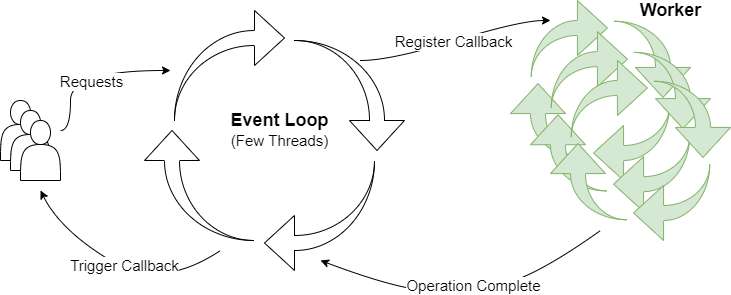
Above: img/spring/concept-webflux-3.png in windowforsun/blog (draw.io), before the change. Source tidied: cells renumbered, new cells last; positions are measured from the earlier drawing's top-left corner, leaving out a move shared by most shapes.
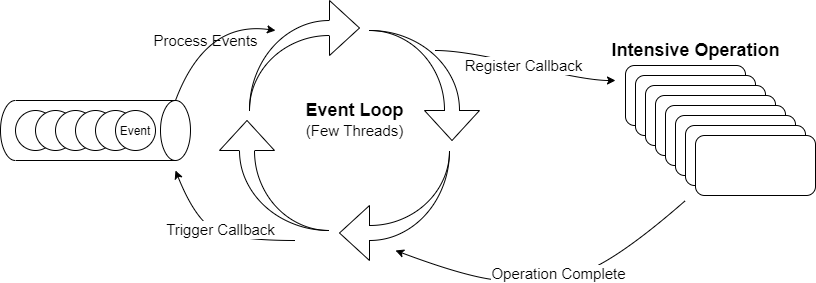
The same file after the commit.

The edit, as a diff of the source:
```diff
@@ -3,139 +3,123 @@
     <mxCell id="0" />
     <mxCell id="1" parent="0" />
     <mxCell id="2" style="group;" parent="1" vertex="1">
-      <mxGeometry y="100" width="60" height="80" as="geometry" />
+      <mxGeometry y="100" width="260" height="260" as="geometry" />
     </mxCell>
-    <mxCell id="3" style="shape=actor;whiteSpace=wrap;html=1;" parent="2" vertex="1">
-      <mxGeometry width="40" height="60" as="geometry" />
+    <mxCell id="3" style="html=1;shadow=0;dashed=0;align=center;verticalAlign=middle;shape=mxgraph.arrows2.jumpInArrow;dy=7.5;dx=30;arrowHead=55;" parent="2" vertex="1">
+      <mxGeometry x="30" width="110" height="110" as="geometry" />
     </mxCell>
-    <mxCell id="4" style="shape=actor;whiteSpace=wrap;html=1;" parent="2" vertex="1">
-      <mxGeometry x="10" y="10" width="40" height="60" as="geometry" />
+    <mxCell id="4" style="html=1;shadow=0;dashed=0;align=center;verticalAlign=middle;shape=mxgraph.arrows2.jumpInArrow;dy=7.5;dx=30;arrowHead=55;rotation=90;" parent="2" vertex="1">
+      <mxGeometry x="150" y="30" width="110" height="110" as="geometry" />
     </mxCell>
-    <mxCell id="5" style="shape=actor;whiteSpace=wrap;html=1;" parent="2" vertex="1">
-      <mxGeometry x="20" y="20" width="40" height="60" as="geometry" />
+    <mxCell id="5" style="html=1;shadow=0;dashed=0;align=center;verticalAlign=middle;shape=mxgraph.arrows2.jumpInArrow;dy=7.5;dx=30;arrowHead=55;rotation=-180;" parent="2" vertex="1">
+      <mxGeometry x="120" y="150" width="110" height="110" as="geometry" />
     </mxCell>
-    <mxCell id="6" style="group;" parent="1" vertex="1">
-      <mxGeometry x="144" y="10" width="260" height="260" as="geometry" />
+    <mxCell id="6" style="html=1;shadow=0;dashed=0;align=center;verticalAlign=middle;shape=mxgraph.arrows2.jumpInArrow;dy=7.5;dx=30;arrowHead=55;rotation=-90;" parent="2" vertex="1">
+      <mxGeometry y="120" width="110" height="110" as="geometry" />
     </mxCell>
-    <mxCell id="7" style="html=1;shadow=0;dashed=0;align=center;verticalAlign=middle;shape=mxgraph.arrows2.jumpInArrow;dy=7.5;dx=30;arrowHead=55;" parent="6" vertex="1">
-      <mxGeometry x="30" width="110" height="110" as="geometry" />
+    <mxCell id="7" value="&lt;b&gt;&lt;font style=&quot;font-size: 18px&quot;&gt;Event Loop&lt;/font&gt;&lt;/b&gt;" style="text;html=1;align=center;verticalAlign=middle;strokeColor=none;" parent="2" vertex="1">
+      <mxGeometry x="80" y="100" width="110" height="20" as="geometry" />
     </mxCell>
-    <mxCell id="8" style="html=1;shadow=0;dashed=0;align=center;verticalAlign=middle;shape=mxgraph.arrows2.jumpInArrow;dy=7.5;dx=30;arrowHead=55;rotation=90;" parent="6" vertex="1">
-      <mxGeometry x="150" y="30" width="110" height="110" as="geometry" />
+    <mxCell id="8" value="&lt;font style=&quot;font-size: 15px&quot;&gt;(Few Threads)&lt;/font&gt;" style="text;html=1;align=center;verticalAlign=middle;strokeColor=none;" parent="2" vertex="1">
+      <mxGeometry x="80" y="120" width="110" height="20" as="geometry" />
     </mxCell>
-    <mxCell id="9" style="html=1;shadow=0;dashed=0;align=center;verticalAlign=middle;shape=mxgraph.arrows2.jumpInArrow;dy=7.5;dx=30;arrowHead=55;rotation=-180;" parent="6" vertex="1">
-      <mxGeometry x="120" y="150" width="110" height="110" as="geometry" />
+    <mxCell id="9" style="edgeStyle=entityRelationEdgeStyle;orthogonalLoop=1;jettySize=auto;html=1;curved=1;" parent="1" edge="1">
+      <mxGeometry relative="1" as="geometry">
+        <mxPoint x="216" y="150" as="sourcePoint" />
+        <mxPoint x="396" y="180" as="targetPoint" />
+      </mxGeometry>
     </mxCell>
-    <mxCell id="10" style="html=1;shadow=0;dashed=0;align=center;verticalAlign=middle;shape=mxgraph.arrows2.jumpInArrow;dy=7.5;dx=30;arrowHead=55;rotation=-90;" parent="6" vertex="1">
-      <mxGeometry y="120" width="110" height="110" as="geometry" />
+    <mxCell id="10" value="&lt;font style=&quot;font-size: 15px&quot;&gt;Register Callback&lt;/font&gt;" style="edgeLabel;html=1;align=center;verticalAlign=middle;" parent="9" vertex="1">
+      <mxGeometry x="-0.03" relative="1" as="geometry" />
     </mxCell>
-    <mxCell id="11" value="&lt;b&gt;&lt;font style=&quot;font-size: 18px&quot;&gt;Event Loop&lt;/font&gt;&lt;/b&gt;" style="text;html=1;align=center;verticalAlign=middle;strokeColor=none;" parent="6" vertex="1">
-      <mxGeometry x="80" y="100" width="110" height="20" as="geometry" />
+    <mxCell id="11" style="curved=1;endArrow=classic;html=1;" parent="1" edge="1">
+      <mxGeometry relative="1" as="geometry">
+        <mxPoint x="466" y="300" as="sourcePoint" />
+        <mxPoint x="176" y="350" as="targetPoint" />
+        <Array as="points">
+          <mxPoint x="386" y="370" />
+          <mxPoint x="316" y="380" />
+          <mxPoint x="256" y="380" />
+        </Array>
+      </mxGeometry>
     </mxCell>
-    <mxCell id="12" value="&lt;font style=&quot;font-size: 15px&quot;&gt;(Few Threads)&lt;/font&gt;" style="text;html=1;align=center;verticalAlign=middle;strokeColor=none;" parent="6" vertex="1">
-      <mxGeometry x="80" y="120" width="110" height="20" as="geometry" />
+    <mxCell id="12" value="&lt;font style=&quot;font-size: 15px&quot;&gt;Operation Complete&lt;/font&gt;" style="edgeLabel;html=1;align=center;verticalAlign=middle;" parent="11" vertex="1">
+      <mxGeometry x="-0.05" y="-4" relative="1" as="geometry" />
     </mxCell>
-    <mxCell id="13" style="group;" parent="1" vertex="1">
-      <mxGeometry x="510" width="220" height="240" as="geometry" />
+    <mxCell id="13" style="curved=1;endArrow=classic;html=1;" parent="1" edge="1">
+      <mxGeometry relative="1" as="geometry">
+        <mxPoint x="76" y="340" as="sourcePoint" />
+        <mxPoint x="-44" y="270" as="targetPoint" />
+        <Array as="points">
+          <mxPoint x="16" y="340" />
+          <mxPoint x="-24" y="320" />
+        </Array>
+      </mxGeometry>
     </mxCell>
-    <mxCell id="14" style="group;" parent="13" vertex="1">
-      <mxGeometry width="220" height="240" as="geometry" />
+    <mxCell id="14" value="&lt;font style=&quot;font-size: 15px&quot;&gt;Trigger Callback&lt;/font&gt;" style="edgeLabel;html=1;align=center;verticalAlign=middle;" parent="13" vertex="1">
+      <mxGeometry x="-0.01" y="-3" relative="1" as="geometry" />
     </mxCell>
-    <mxCell id="15" style="group;" parent="14" vertex="1">
-      <mxGeometry width="200" height="211.2" as="geometry" />
+    <mxCell id="15" style="edgeStyle=none;curved=1;jettySize=auto;html=1;exitX=0;exitY=0;exitDx=0;exitDy=15;exitPerimeter=0;" parent="1" edge="1" source="16">
+      <mxGeometry relative="1" as="geometry">
+        <mxPoint x="56" y="130" as="targetPoint" />
+        <Array as="points">
+          <mxPoint x="-14" y="120" />
+        </Array>
+      </mxGeometry>
     </mxCell>
-    <mxCell id="16" style="html=1;shadow=0;dashed=0;align=center;verticalAlign=middle;shape=mxgraph.arrows2.jumpInArrow;dy=7.5;dx=30;arrowHead=55;fillColor=#d5e8d4;strokeColor=#82b366;" parent="15" vertex="1">
-      <mxGeometry x="20.8" width="76.2" height="76.2" as="geometry" />
+    <mxCell id="16" style="shape=cylinder3;whiteSpace=wrap;html=1;boundedLbl=1;backgroundOutline=1;size=15;rotation=90;" parent="1" vertex="1">
+      <mxGeometry x="-154" y="135" width="60" height="190" as="geometry" />
     </mxCell>
-    <mxCell id="17" style="html=1;shadow=0;dashed=0;align=center;verticalAlign=middle;shape=mxgraph.arrows2.jumpInArrow;dy=7.5;dx=30;arrowHead=55;rotation=90;fillColor=#d5e8d4;strokeColor=#82b366;" parent="15" vertex="1">
-      <mxGeometry x="103.8" y="20.8" width="76.2" height="76.2" as="geometry" />
+    <mxCell id="17" style="ellipse;whiteSpace=wrap;html=1;" parent="1" vertex="1">
+      <mxGeometry x="-204" y="210" width="40" height="40" as="geometry" />
     </mxCell>
-    <mxCell id="18" style="html=1;shadow=0;dashed=0;align=center;verticalAlign=middle;shape=mxgraph.arrows2.jumpInArrow;dy=7.5;dx=30;arrowHead=55;rotation=-180;fillColor=#d5e8d4;strokeColor=#82b366;" parent="15" vertex="1">
-      <mxGeometry x="83.1" y="103.8" width="76.2" height="76.2" as="geometry" />
+    <mxCell id="18" style="ellipse;whiteSpace=wrap;html=1;" parent="1" vertex="1">
+      <mxGeometry x="-184" y="210" width="40" height="40" as="geometry" />
     </mxCell>
-    <mxCell id="19" style="html=1;shadow=0;dashed=0;align=center;verticalAlign=middle;shape=mxgraph.arrows2.jumpInArrow;dy=7.5;dx=30;arrowHead=55;rotation=-90;fillColor=#d5e8d4;strokeColor=#82b366;" parent="15" vertex="1">
-      <mxGeometry y="83.1" width="76.2" height="76.2" as="geometry" />
+    <mxCell id="19" style="ellipse;whiteSpace=wrap;html=1;" parent="1" vertex="1">
+      <mxGeometry x="-164" y="210" width="40" height="40" as="geometry" />
     </mxCell>
-    <mxCell id="20" style="group;" parent="15" vertex="1">
-      <mxGeometry x="20" y="31.2" width="180" height="180" as="geometry" />
+    <mxCell id="20" style="ellipse;whiteSpace=wrap;html=1;" parent="1" vertex="1">
+      <mxGeometry x="-144" y="210" width="40" height="40" as="geometry" />
     </mxCell>
-    <mxCell id="21" style="html=1;shadow=0;dashed=0;align=center;verticalAlign=middle;shape=mxgraph.arrows2.jumpInArrow;dy=7.5;dx=30;arrowHead=55;fillColor=#d5e8d4;strokeColor=#82b366;" parent="20" vertex="1">
-      <mxGeometry x="20.8" width="76.2" height="76.2" as="geometry" />
+    <mxCell id="21" style="ellipse;whiteSpace=wrap;html=1;" parent="1" vertex="1">
+      <mxGeometry x="-124" y="210" width="40" height="40" as="geometry" />
     </mxCell>
-    <mxCell id="22" style="html=1;shadow=0;dashed=0;align=center;verticalAlign=middle;shape=mxgraph.arrows2.jumpInArrow;dy=7.5;dx=30;arrowHead=55;rotation=90;fillColor=#d5e8d4;strokeColor=#82b366;" parent="20" vertex="1">
-      <mxGeometry x="103.8" y="20.8" width="76.2" height="76.2" as="geometry" />
+    <mxCell id="22" value="Event" style="ellipse;whiteSpace=wrap;html=1;" parent="1" vertex="1">
+      <mxGeometry x="-104" y="210" width="40" height="40" as="geometry" />
     </mxCell>
-    <mxCell id="23" style="html=1;shadow=0;dashed=0;align=center;verticalAlign=middle;shape=mxgraph.arrows2.jumpInArrow;dy=7.5;dx=30;arrowHead=55;rotation=-180;fillColor=#d5e8d4;strokeColor=#82b366;" parent="20" vertex="1">
-      <mxGeometry x="83.1" y="103.8" width="76.2" height="76.2" as="geometry" />
+    <mxCell id="23" value="&lt;font style=&quot;font-size: 15px&quot;&gt;Process Events&lt;/font&gt;" style="text;html=1;align=center;verticalAlign=middle;strokeColor=none;" parent="1" vertex="1">
+      <mxGeometry x="-74" y="130" width="120" height="20" as="geometry" />
     </mxCell>
-    <mxCell id="24" style="html=1;shadow=0;dashed=0;align=center;verticalAlign=middle;shape=mxgraph.arrows2.jumpInArrow;dy=7.5;dx=30;arrowHead=55;rotation=-90;fillColor=#d5e8d4;strokeColor=#82b366;" parent="20" vertex="1">
-      <mxGeometry y="83.1" width="76.2" height="76.2" as="geometry" />
+    <mxCell id="24" style="group;" parent="1" vertex="1">
+      <mxGeometry x="386" y="140" width="210" height="155" as="geometry" />
     </mxCell>
-    <mxCell id="25" style="group;" parent="14" vertex="1">
-      <mxGeometry x="40" y="60" width="180" height="180" as="geometry" />
+    <mxCell id="25" style="rounded=1;whiteSpace=wrap;html=1;" parent="24" vertex="1">
+      <mxGeometry x="20" y="25" width="120" height="60" as="geometry" />
     </mxCell>
-    <mxCell id="26" style="html=1;shadow=0;dashed=0;align=center;verticalAlign=middle;shape=mxgraph.arrows2.jumpInArrow;dy=7.5;dx=30;arrowHead=55;fillColor=#d5e8d4;strokeColor=#82b366;" parent="25" vertex="1">
-      <mxGeometry x="20.8" width="76.2" height="76.2" as="geometry" />
+    <mxCell id="26" style="rounded=1;whiteSpace=wrap;html=1;" parent="24" vertex="1">
+      <mxGeometry x="30" y="35" width="120" height="60" as="geometry" />
     </mxCell>
-    <mxCell id="27" style="html=1;shadow=0;dashed=0;align=center;verticalAlign=middle;shape=mxgraph.arrows2.jumpInArrow;dy=7.5;dx=30;arrowHead=55;rotation=90;fillColor=#d5e8d4;strokeColor=#82b366;" parent="25" vertex="1">
-      <mxGeometry x="103.8" y="20.8" width="76.2" height="76.2" as="geometry" />
+    <mxCell id="27" style="rounded=1;whiteSpace=wrap;html=1;" parent="24" vertex="1">
+      <mxGeometry x="40" y="45" width="120" height="60" as="geometry" />
     </mxCell>
-    <mxCell id="28" style="html=1;shadow=0;dashed=0;align=center;verticalAlign=middle;shape=mxgraph.arrows2.jumpInArrow;dy=7.5;dx=30;arrowHead=55;rotation=-180;fillColor=#d5e8d4;strokeColor=#82b366;" parent="25" vertex="1">
-      <mxGeometry x="83.1" y="103.8" width="76.2" height="76.2" as="geometry" />
+    <mxCell id="28" style="rounded=1;whiteSpace=wrap;html=1;" parent="24" vertex="1">
+      <mxGeometry x="50" y="55" width="120" height="60" as="geometry" />
     </mxCell>
-    <mxCell id="29" style="html=1;shadow=0;dashed=0;align=center;verticalAlign=middle;shape=mxgraph.arrows2.jumpInArrow;dy=7.5;dx=30;arrowHead=55;rotation=-90;fillColor=#d5e8d4;strokeColor=#82b366;" parent="25" vertex="1">
-      <mxGeometry y="83.1" width="76.2" height="76.2" as="geometry" />
+    <mxCell id="29" style="rounded=1;whiteSpace=wrap;html=1;" parent="24" vertex="1">
+      <mxGeometry x="60" y="65" width="120" height="60" as="geometry" />
     </mxCell>
-    <mxCell id="30" value="&lt;b&gt;&lt;font style=&quot;font-size: 18px&quot;&gt;Worker&lt;/font&gt;&lt;/b&gt;" style="text;html=1;align=center;verticalAlign=middle;strokeColor=none;" parent="13" vertex="1">
-      <mxGeometry x="120" width="80" height="20" as="geometry" />
+    <mxCell id="30" style="rounded=1;whiteSpace=wrap;html=1;" parent="24" vertex="1">
+      <mxGeometry x="70" y="75" width="120" height="60" as="geometry" />
     </mxCell>
-    <mxCell id="31" style="edgeStyle=orthogonalEdgeStyle;jettySize=auto;html=1;curved=1;" parent="1" edge="1" source="5">
-      <mxGeometry relative="1" as="geometry">
-        <mxPoint x="170" y="70" as="targetPoint" />
-        <Array as="points">
-          <mxPoint x="70" y="130" />
-          <mxPoint x="70" y="70" />
-        </Array>
-      </mxGeometry>
+    <mxCell id="31" style="rounded=1;whiteSpace=wrap;html=1;" parent="24" vertex="1">
+      <mxGeometry x="80" y="85" width="120" height="60" as="geometry" />
     </mxCell>
-    <mxCell id="32" value="&lt;font style=&quot;font-size: 15px&quot;&gt;Requests&lt;/font&gt;" style="edgeLabel;html=1;align=center;verticalAlign=middle;" parent="31" vertex="1">
-      <mxGeometry x="0.06" y="-10" relative="1" as="geometry" />
+    <mxCell id="32" style="rounded=1;whiteSpace=wrap;html=1;" parent="24" vertex="1">
+      <mxGeometry x="90" y="95" width="120" height="60" as="geometry" />
     </mxCell>
-    <mxCell id="33" style="edgeStyle=entityRelationEdgeStyle;orthogonalLoop=1;jettySize=auto;html=1;curved=1;" parent="1" edge="1">
-      <mxGeometry relative="1" as="geometry">
-        <mxPoint x="360" y="60" as="sourcePoint" />
-        <mxPoint x="550" y="20" as="targetPoint" />
-      </mxGeometry>
+    <mxCell id="33" value="&lt;b&gt;&lt;font style=&quot;font-size: 18px&quot;&gt;Intensive Operation&lt;/font&gt;&lt;/b&gt;" style="text;html=1;align=center;verticalAlign=middle;strokeColor=none;" parent="24" vertex="1">
+      <mxGeometry width="180" height="20" as="geometry" />
     </mxCell>
-    <mxCell id="34" value="&lt;font style=&quot;font-size: 15px&quot;&gt;Register Callback&lt;/font&gt;" style="edgeLabel;html=1;align=center;verticalAlign=middle;" parent="33" vertex="1">
-      <mxGeometry x="-0.03" relative="1" as="geometry" />
-    </mxCell>
-    <mxCell id="35" style="curved=1;endArrow=classic;html=1;" parent="1" edge="1">
-      <mxGeometry relative="1" as="geometry">
-        <mxPoint x="600" y="230" as="sourcePoint" />
-        <mxPoint x="320" y="260" as="targetPoint" />
-        <Array as="points">
-          <mxPoint x="530" y="280" />
-          <mxPoint x="460" y="290" />
-          <mxPoint x="400" y="290" />
-        </Array>
-      </mxGeometry>
-    </mxCell>
-    <mxCell id="36" value="&lt;font style=&quot;font-size: 15px&quot;&gt;Operation Complete&lt;/font&gt;" style="edgeLabel;html=1;align=center;verticalAlign=middle;" parent="35" vertex="1">
-      <mxGeometry x="-0.05" y="-4" relative="1" as="geometry" />
-    </mxCell>
-    <mxCell id="37" style="curved=1;endArrow=classic;html=1;" parent="1" edge="1">
-      <mxGeometry relative="1" as="geometry">
-        <mxPoint x="220" y="250" as="sourcePoint" />
-        <mxPoint x="40" y="190" as="targetPoint" />
-        <Array as="points">
-          <mxPoint x="160" y="290" />
-          <mxPoint x="60" y="230" />
-        </Array>
-      </mxGeometry>
-    </mxCell>
-    <mxCell id="38" value="&lt;font style=&quot;font-size: 15px&quot;&gt;Trigger Callback&lt;/font&gt;" style="edgeLabel;html=1;align=center;verticalAlign=middle;" parent="37" vertex="1">
-      <mxGeometry x="-0.01" y="-3" relative="1" as="geometry" />
-    </mxCell>
   </root>
 </mxGraphModel>
```
